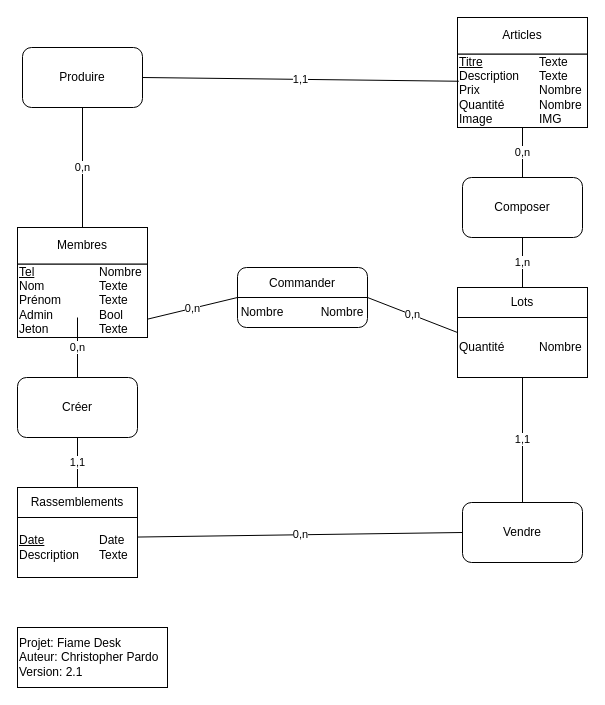
This is Doc/Technique/MCD.drawio from ChristopherPardo/Fiame-Desk, a draw.io file, before an edit. Source tidied: cells renumbered, new cells numbered last; positions are measured from the earlier drawing's top-left corner, leaving out a move shared by most shapes. Both pictures are drawn from the tidied source at 100%, with x=0, y=0 at pixel (17, 17).
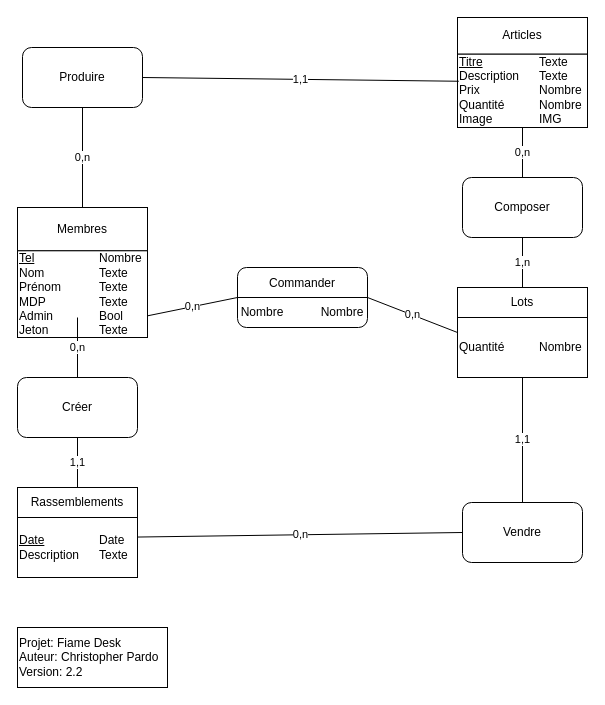
After the change.

Commit message (it also covers changes not shown here):
Add password MCD

What changed in the source:
```diff
@@
     <mxCell id="2" style="group;" parent="1" vertex="1">
-      <mxGeometry y="210" width="130" height="110" as="geometry" />
+      <mxGeometry y="190" width="130" height="130" as="geometry" />
     </mxCell>
     <mxCell id="3" value="Membres" style="rounded=0;whiteSpace=wrap;html=1;" parent="2" vertex="1">
-      <mxGeometry width="130" height="36.7" as="geometry" />
+      <mxGeometry width="130" height="43.3" as="geometry" />
     </mxCell>
-    <mxCell id="4" value="&lt;u&gt;Tel&lt;/u&gt;&lt;span style=&quot;white-space: pre&quot;&gt;&#9;&lt;/span&gt;&lt;span style=&quot;white-space: pre&quot;&gt;&#9;&lt;/span&gt;&lt;span style=&quot;white-space: pre&quot;&gt;&#9;&lt;/span&gt;Nombre&lt;br&gt;Nom&lt;span&gt;&#9;&lt;span style=&quot;white-space: pre&quot;&gt;&#9;&lt;/span&gt;&lt;span style=&quot;white-space: pre&quot;&gt;&#9;&lt;/span&gt;&lt;/span&gt;Texte&lt;br&gt;Prénom&lt;span style=&quot;white-space: pre&quot;&gt;&#9;&lt;/span&gt;&lt;span style=&quot;white-space: pre&quot;&gt;&#9;&lt;/span&gt;Texte&lt;br&gt;Admin&lt;span style=&quot;white-space: pre&quot;&gt;&#9;&lt;/span&gt;&lt;span style=&quot;white-space: pre&quot;&gt;&#9;&lt;/span&gt;Bool&lt;br&gt;Jeton&lt;span style=&quot;white-space: pre&quot;&gt;&#9;&lt;/span&gt;&lt;span style=&quot;white-space: pre&quot;&gt;&#9;&lt;/span&gt;Texte" style="rounded=0;whiteSpace=wrap;html=1;align=left;" parent="2" vertex="1">
-      <mxGeometry y="36.7" width="130" height="73.3" as="geometry" />
+    <mxCell id="4" value="&lt;u&gt;Tel&lt;/u&gt;&lt;span style=&quot;white-space: pre&quot;&gt;&#9;&lt;/span&gt;&lt;span style=&quot;white-space: pre&quot;&gt;&#9;&lt;/span&gt;&lt;span style=&quot;white-space: pre&quot;&gt;&#9;&lt;/span&gt;Nombre&lt;br&gt;Nom&lt;span&gt;&#9;&lt;span style=&quot;white-space: pre&quot;&gt;&#9;&lt;/span&gt;&lt;span style=&quot;white-space: pre&quot;&gt;&#9;&lt;/span&gt;&lt;/span&gt;Texte&lt;br&gt;Prénom&lt;span style=&quot;white-space: pre&quot;&gt;&#9;&lt;/span&gt;&lt;span style=&quot;white-space: pre&quot;&gt;&#9;&lt;/span&gt;Texte&lt;br&gt;MDP&lt;span style=&quot;white-space: pre;&quot;&gt;&#9;&lt;/span&gt;&lt;span style=&quot;white-space: pre;&quot;&gt;&#9;&lt;/span&gt;Texte&lt;br&gt;Admin&lt;span style=&quot;white-space: pre&quot;&gt;&#9;&lt;/span&gt;&lt;span style=&quot;white-space: pre&quot;&gt;&#9;&lt;/span&gt;Bool&lt;br&gt;Jeton&lt;span style=&quot;white-space: pre&quot;&gt;&#9;&lt;/span&gt;&lt;span style=&quot;white-space: pre&quot;&gt;&#9;&lt;/span&gt;Texte" style="rounded=0;whiteSpace=wrap;html=1;align=left;" parent="2" vertex="1">
+      <mxGeometry y="43.3" width="130" height="86.7" as="geometry" />
     </mxCell>
@@
-    <mxCell id="31" value="Projet: Fiame Desk&lt;br&gt;Auteur: Christopher Pardo&lt;br&gt;Version: 2.1" style="rounded=0;whiteSpace=wrap;html=1;align=left;" parent="1" vertex="1">
+    <mxCell id="31" value="Projet: Fiame Desk&lt;br&gt;Auteur: Christopher Pardo&lt;br&gt;Version: 2.2" style="rounded=0;whiteSpace=wrap;html=1;align=left;" parent="1" vertex="1">
       <mxGeometry y="610" width="150" height="60" as="geometry" />
     </mxCell>
```
